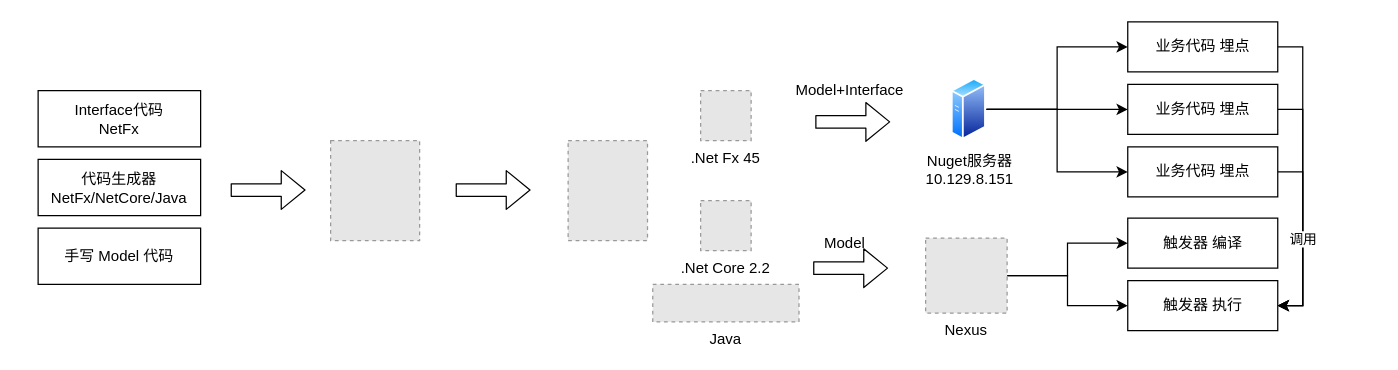
The draw.io diagram 场景触发器使用.drawio in Lucas20029/MyDiagrams, before the edit. Source tidied: cells renumbered, new cells numbered last; positions are measured from the earlier drawing's top-left corner, leaving out a move shared by most shapes. Both pictures are drawn from the tidied source at 125%, with x=0, y=0 at pixel (38, 21). Pictures stored in the file or linked from it are replaced by grey dashed boxes.
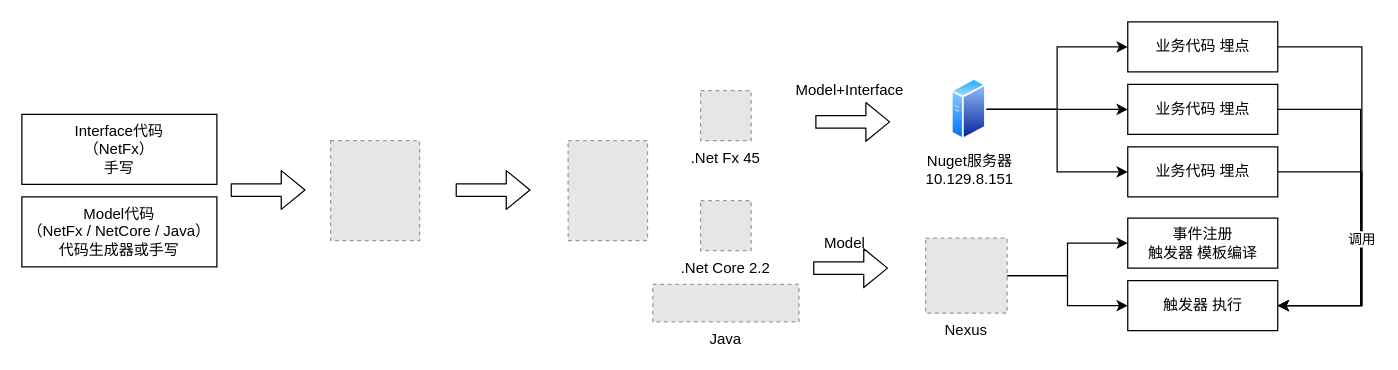
After the change.

Commit message:
Update 场景触发器使用.drawio

The change refers to these unchanged cells:
```xml
<mxCell id="20" value="业务代码 埋点" style="rounded=0;whiteSpace=wrap;html=1;" parent="1" vertex="1">
  <mxGeometry x="871.7" y="50" width="120" height="40" as="geometry" />
</mxCell>
<mxCell id="22" value="业务代码 埋点" style="rounded=0;whiteSpace=wrap;html=1;" parent="1" vertex="1">
  <mxGeometry x="871.7" width="120" height="40" as="geometry" />
</mxCell>
<mxCell id="24" value="业务代码 埋点" style="rounded=0;whiteSpace=wrap;html=1;" parent="1" vertex="1">
  <mxGeometry x="871.7" y="100" width="120" height="40" as="geometry" />
</mxCell>
<mxCell id="25" value="触发器 执行" style="rounded=0;whiteSpace=wrap;html=1;" parent="1" vertex="1">
  <mxGeometry x="871.7" y="207" width="120" height="40" as="geometry" />
</mxCell>
```

Change to the diagram source:
```diff
@@
-    <mxCell id="2" value="手写 Model 代码" style="rounded=0;whiteSpace=wrap;html=1;" parent="1" vertex="1">
-      <mxGeometry y="165" width="130" height="45" as="geometry" />
-    </mxCell>
@@
-    <mxCell id="18" value="Interface代码&lt;br&gt;NetFx" style="rounded=0;whiteSpace=wrap;html=1;" parent="1" vertex="1">
-      <mxGeometry y="55" width="130" height="45" as="geometry" />
+    <mxCell id="18" value="Interface代码&lt;br&gt;（NetFx）&lt;br&gt;手写" style="rounded=0;whiteSpace=wrap;html=1;" parent="1" vertex="1">
+      <mxGeometry x="-13" y="74" width="156" height="56" as="geometry" />
     </mxCell>
     <mxCell id="19" style="edgeStyle=orthogonalEdgeStyle;rounded=0;jettySize=auto;html=1;exitX=1;exitY=0.5;exitDx=0;exitDy=0;entryX=1;entryY=0.5;entryDx=0;entryDy=0;" parent="1" edge="1" source="20" target="25">
-      <mxGeometry relative="1" as="geometry" />
+      <mxGeometry relative="1" as="geometry">
+        <Array as="points">
+          <mxPoint x="1058" y="70" />
+          <mxPoint x="1058" y="227" />
+        </Array>
+      </mxGeometry>
     </mxCell>
@@
     <mxCell id="21" style="edgeStyle=orthogonalEdgeStyle;rounded=0;jettySize=auto;html=1;exitX=1;exitY=0.5;exitDx=0;exitDy=0;entryX=1;entryY=0.5;entryDx=0;entryDy=0;" parent="1" edge="1" source="22" target="25">
-      <mxGeometry relative="1" as="geometry" />
+      <mxGeometry relative="1" as="geometry">
+        <Array as="points">
+          <mxPoint x="1059" y="20" />
+          <mxPoint x="1059" y="227" />
+        </Array>
+      </mxGeometry>
     </mxCell>
@@
     <mxCell id="23" value="调用" style="edgeStyle=orthogonalEdgeStyle;rounded=0;jettySize=auto;html=1;exitX=1;exitY=0.5;exitDx=0;exitDy=0;entryX=1;entryY=0.5;entryDx=0;entryDy=0;" parent="1" edge="1" source="24" target="25">
-      <mxGeometry relative="1" as="geometry" />
+      <mxGeometry relative="1" as="geometry">
+        <Array as="points">
+          <mxPoint x="1059" y="120" />
+          <mxPoint x="1059" y="227" />
+        </Array>
+      </mxGeometry>
     </mxCell>
@@
-    <mxCell id="26" value="触发器 编译" style="rounded=0;whiteSpace=wrap;html=1;" parent="1" vertex="1">
+    <mxCell id="26" value="事件注册&lt;br&gt;触发器 模板编译" style="rounded=0;whiteSpace=wrap;html=1;" parent="1" vertex="1">
       <mxGeometry x="871.7" y="157" width="120" height="40" as="geometry" />
     </mxCell>
-    <mxCell id="27" value="代码生成器&lt;br&gt;NetFx/NetCore/Java" style="rounded=0;whiteSpace=wrap;html=1;" parent="1" vertex="1">
-      <mxGeometry y="110" width="130" height="45" as="geometry" />
+    <mxCell id="27" value="Model代码&lt;br&gt;（NetFx / NetCore / Java）&lt;br&gt;代码生成器或手写" style="rounded=0;whiteSpace=wrap;html=1;" parent="1" vertex="1">
+      <mxGeometry x="-13" y="140" width="156" height="56" as="geometry" />
     </mxCell>
```
